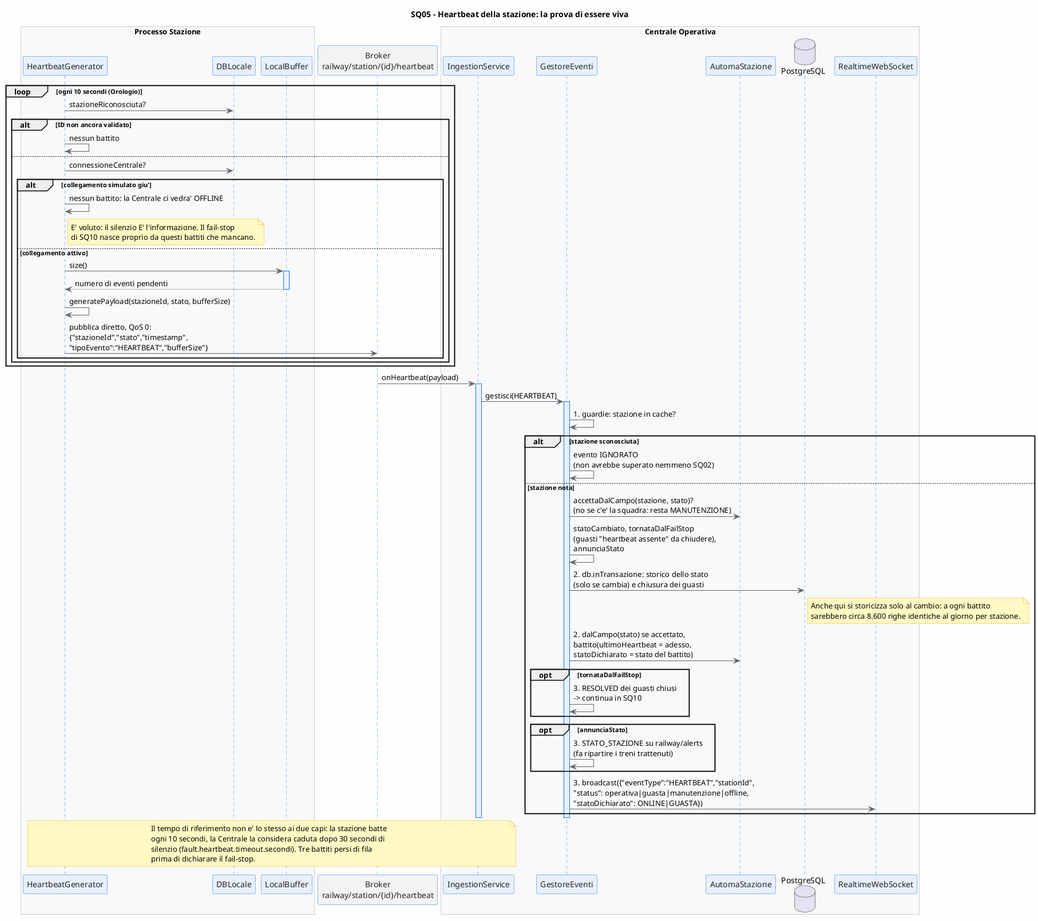
The PlantUML diagram doc/documentazioneFinale/immaginiDocumentazioneDelSistemaMonitoraggioEGestioneDelTrafficoFerroviario/sq_05_heartbeat_stazione.png in mar-robba/PISSIR, before a commit. Source of this version:
```plantuml
@startuml SQ05 - Heartbeat della stazione verso la Centrale

skinparam backgroundColor #FEFEFE
skinparam sequence {
    ArrowColor #5F6368
    LifeLineBorderColor #1A73E8
    LifeLineBackgroundColor #E8F0FE
    ParticipantBorderColor #1A73E8
    ParticipantBackgroundColor #E8F0FE
    ParticipantFontColor #202124
    BoxBorderColor #9AA0A6
}
skinparam note {
    BackgroundColor #FFF9C4
    BorderColor #F9A825
}

title SQ05 - Heartbeat della stazione: la prova di essere viva

box "Processo Stazione" #F8F9FA
    participant "HeartbeatGenerator" as HB
    participant "DBLocale" as DBL
    participant "LocalBuffer" as BUF
end box

participant "Broker\nrailway/station/{id}/heartbeat" as BROKER #F1F3F4

box "Centrale Operativa" #F8F9FA
    participant "IngestionService" as ING
    participant "GestoreEventi" as GES
    participant "AutomaStazione" as AUT
    database "PostgreSQL" as PG
    participant "RealtimeWebSocket" as WS
end box

loop ogni 10 secondi (Orologio)
    HB -> DBL : stazioneRiconosciuta?
    alt ID non ancora validato
        HB -> HB : nessun battito
    else
        HB -> DBL : connessioneCentrale?
        alt collegamento simulato giu'
            HB -> HB : nessun battito: la Centrale ci vedra' OFFLINE
            note right of HB
              E' voluto: il silenzio E' l'informazione. Il fail-stop
              di SQ10 nasce proprio da questi battiti che mancano.
            end note
        else collegamento attivo
            HB -> BUF : size()
            activate BUF
            BUF --> HB : numero di eventi pendenti
            deactivate BUF
            HB -> HB : generatePayload(stazioneId, stato, bufferSize)
            HB -> BROKER : pubblica diretto, QoS 0:\n{"stazioneId","stato","timestamp",\n"tipoEvento":"HEARTBEAT","bufferSize"}
        end
    end
end

BROKER -> ING : onHeartbeat(payload)
activate ING
ING -> GES : gestisci(HEARTBEAT)
activate GES
GES -> GES : 1. guardie: stazione in cache?

alt stazione sconosciuta
    GES -> GES : evento IGNORATO\n(non avrebbe superato nemmeno SQ02)
else stazione nota
    GES -> AUT : accettaDalCampo(stazione, stato)?\n(no se c'e' la squadra: resta MANUTENZIONE)
    GES -> GES : statoCambiato, tornataDalFailStop\n(guasti "heartbeat assente" da chiudere),\nannunciaStato
    GES -> PG : 2. db.inTransazione: storico dello stato\n(solo se cambia) e chiusura dei guasti
    note right of PG
      Anche qui si storicizza solo al cambio: a ogni battito
      sarebbero circa 8.600 righe identiche al giorno per stazione.
    end note
    GES -> AUT : 2. dalCampo(stato) se accettato,\nbattito(ultimoHeartbeat = adesso,\nstatoDichiarato = stato del battito)
    opt tornataDalFailStop
        GES -> GES : 3. RESOLVED dei guasti chiusi\n-> continua in SQ10
    end
    opt annunciaStato
        GES -> GES : 3. STATO_STAZIONE su railway/alerts\n(fa ripartire i treni trattenuti)
    end
    GES -> WS : 3. broadcast({"eventType":"HEARTBEAT","stationId",\n"status": operativa|guasta|manutenzione|offline,\n"statoDichiarato": ONLINE|GUASTA})
end
deactivate GES
deactivate ING

note over HB, ING
  Il tempo di riferimento non e' lo stesso ai due capi: la stazione batte
  ogni 10 secondi, la Centrale la considera caduta dopo 30 secondi di
  silenzio (fault.heartbeat.timeout.secondi). Tre battiti persi di fila
  prima di dichiarare il fail-stop.
end note

@enduml
```
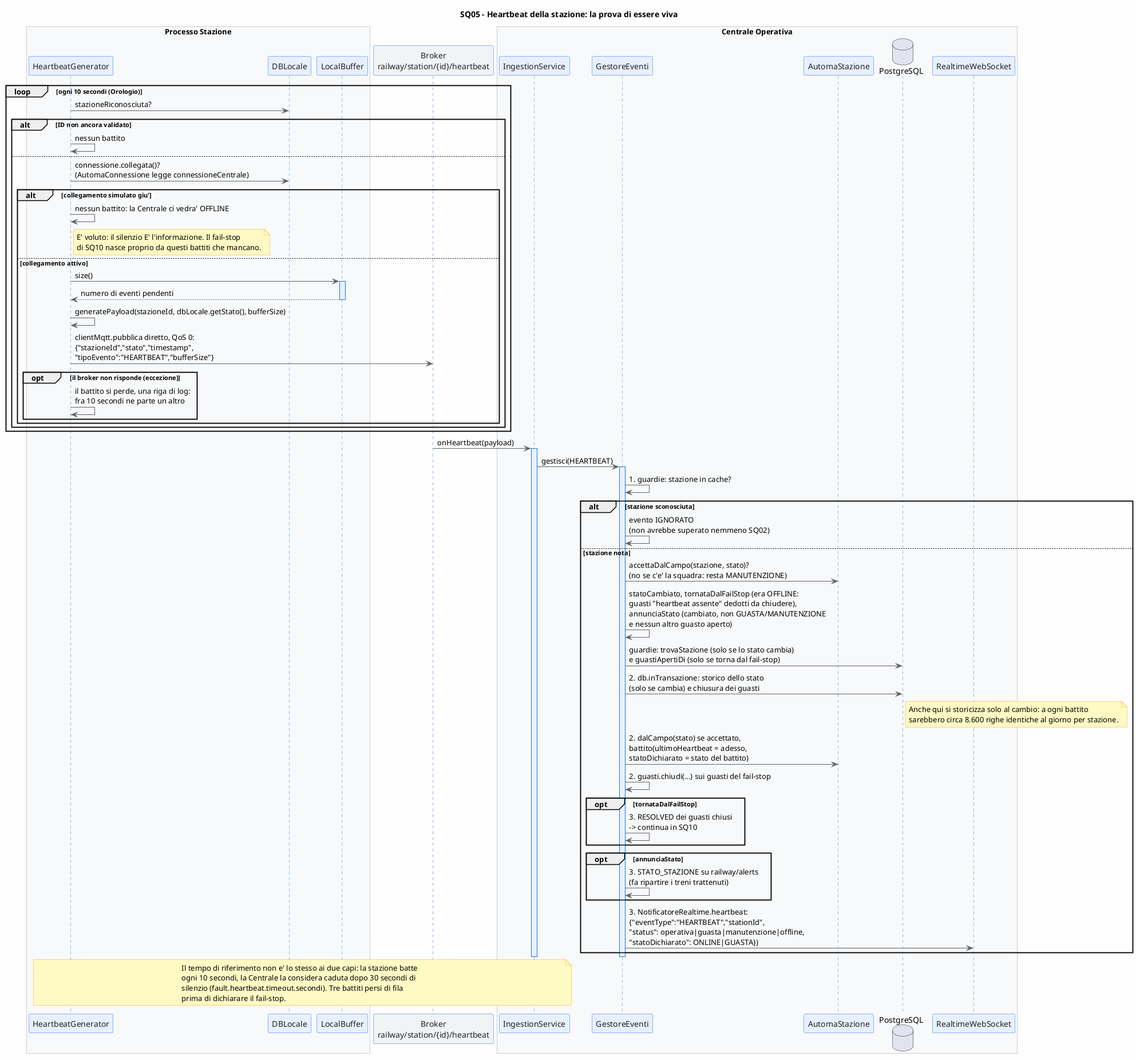
After the change.

Change to the diagram source:
```diff
@@ -38,7 +38,7 @@
     alt ID non ancora validato
         HB -> HB : nessun battito
     else
-        HB -> DBL : connessioneCentrale?
+        HB -> DBL : connessione.collegata()?\n(AutomaConnessione legge connessioneCentrale)
         alt collegamento simulato giu'
             HB -> HB : nessun battito: la Centrale ci vedra' OFFLINE
             note right of HB
@@ -50,8 +50,11 @@
             activate BUF
             BUF --> HB : numero di eventi pendenti
             deactivate BUF
-            HB -> HB : generatePayload(stazioneId, stato, bufferSize)
-            HB -> BROKER : pubblica diretto, QoS 0:\n{"stazioneId","stato","timestamp",\n"tipoEvento":"HEARTBEAT","bufferSize"}
+            HB -> HB : generatePayload(stazioneId, dbLocale.getStato(), bufferSize)
+            HB -> BROKER : clientMqtt.pubblica diretto, QoS 0:\n{"stazioneId","stato","timestamp",\n"tipoEvento":"HEARTBEAT","bufferSize"}
+            opt il broker non risponde (eccezione)
+                HB -> HB : il battito si perde, una riga di log:\nfra 10 secondi ne parte un altro
+            end
         end
     end
 end
@@ -66,20 +69,22 @@
     GES -> GES : evento IGNORATO\n(non avrebbe superato nemmeno SQ02)
 else stazione nota
     GES -> AUT : accettaDalCampo(stazione, stato)?\n(no se c'e' la squadra: resta MANUTENZIONE)
-    GES -> GES : statoCambiato, tornataDalFailStop\n(guasti "heartbeat assente" da chiudere),\nannunciaStato
+    GES -> GES : statoCambiato, tornataDalFailStop (era OFFLINE:\nguasti "heartbeat assente" dedotti da chiudere),\nannunciaStato (cambiato, non GUASTA/MANUTENZIONE\ne nessun altro guasto aperto)
+    GES -> PG : guardie: trovaStazione (solo se lo stato cambia)\ne guastiApertiDi (solo se torna dal fail-stop)
     GES -> PG : 2. db.inTransazione: storico dello stato\n(solo se cambia) e chiusura dei guasti
     note right of PG
       Anche qui si storicizza solo al cambio: a ogni battito
       sarebbero circa 8.600 righe identiche al giorno per stazione.
     end note
     GES -> AUT : 2. dalCampo(stato) se accettato,\nbattito(ultimoHeartbeat = adesso,\nstatoDichiarato = stato del battito)
+    GES -> GES : 2. guasti.chiudi(...) sui guasti del fail-stop
     opt tornataDalFailStop
         GES -> GES : 3. RESOLVED dei guasti chiusi\n-> continua in SQ10
     end
     opt annunciaStato
         GES -> GES : 3. STATO_STAZIONE su railway/alerts\n(fa ripartire i treni trattenuti)
     end
-    GES -> WS : 3. broadcast({"eventType":"HEARTBEAT","stationId",\n"status": operativa|guasta|manutenzione|offline,\n"statoDichiarato": ONLINE|GUASTA})
+    GES -> WS : 3. NotificatoreRealtime.heartbeat:\n{"eventType":"HEARTBEAT","stationId",\n"status": operativa|guasta|manutenzione|offline,\n"statoDichiarato": ONLINE|GUASTA})
 end
 deactivate GES
 deactivate ING
```
